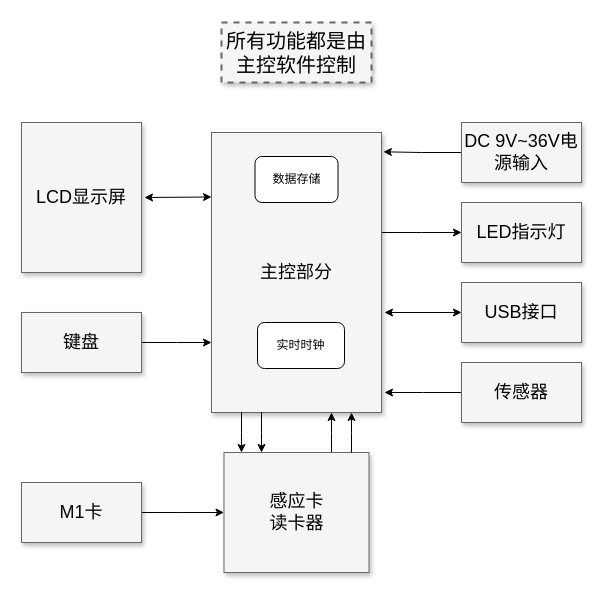
Before: page "硬件框图" (1 of 3) of electroic_meter.drawio in kupier/12306-electron, a draw.io diagram. Source tidied: cells renumbered, new cells numbered last; positions are measured from the earlier drawing's top-left corner, leaving out a move shared by most shapes. Both pictures are drawn from the tidied source at 100%, with x=0, y=0 at pixel (21, 22).
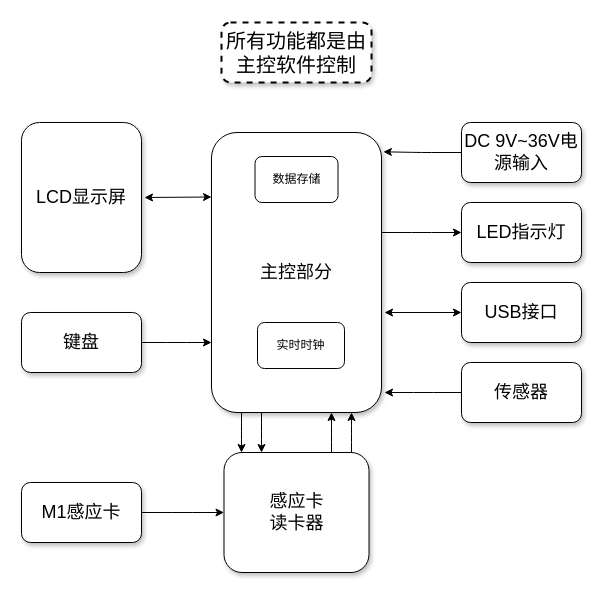
After the change.

The edit, as a diff of the source:
```diff
@@
-    <mxCell id="2" value="所有功能都是由主控软件控制" style="whiteSpace=wrap;html=1;shadow=1;fontSize=20;fillColor=#f5f5f5;strokeColor=#666666;strokeWidth=2;dashed=1;" parent="1" vertex="1">
+    <mxCell id="2" value="所有功能都是由主控软件控制" style="whiteSpace=wrap;html=1;shadow=1;fontSize=20;strokeWidth=2;dashed=1;labelBackgroundColor=none;rounded=1;" parent="1" vertex="1">
       <mxGeometry x="200" width="150" height="60" as="geometry" />
     </mxCell>
-    <mxCell id="3" style="edgeStyle=elbowEdgeStyle;rounded=0;html=1;startArrow=none;startFill=0;jettySize=auto;fontSize=18;elbow=vertical;" parent="1" edge="1" source="5" target="8">
+    <mxCell id="3" style="edgeStyle=elbowEdgeStyle;rounded=1;html=1;startArrow=none;startFill=0;jettySize=auto;fontSize=18;elbow=vertical;labelBackgroundColor=none;fontColor=default;" parent="1" edge="1" source="5" target="8">
       <mxGeometry relative="1" as="geometry" />
     </mxCell>
-    <mxCell id="4" style="edgeStyle=elbowEdgeStyle;rounded=0;html=1;startArrow=none;startFill=0;jettySize=auto;fontSize=18;" parent="1" edge="1" source="15" target="5">
+    <mxCell id="4" style="edgeStyle=elbowEdgeStyle;rounded=1;html=1;startArrow=none;startFill=0;jettySize=auto;fontSize=18;labelBackgroundColor=none;fontColor=default;" parent="1" edge="1" source="15" target="5">
       <mxGeometry relative="1" as="geometry">
         <Array as="points">
           <mxPoint x="310" y="410" />
         </Array>
       </mxGeometry>
     </mxCell>
-    <mxCell id="5" value="主控部分" style="whiteSpace=wrap;html=1;shadow=1;fontSize=18;fillColor=#f5f5f5;strokeColor=#666666;" parent="1" vertex="1">
+    <mxCell id="5" value="主控部分" style="whiteSpace=wrap;html=1;shadow=1;fontSize=18;labelBackgroundColor=none;rounded=1;" parent="1" vertex="1">
       <mxGeometry x="190" y="110" width="170" height="280" as="geometry" />
     </mxCell>
-    <mxCell id="6" style="edgeStyle=orthogonalEdgeStyle;rounded=0;jettySize=auto;html=1;exitX=0;exitY=0.5;exitDx=0;exitDy=0;entryX=1.011;entryY=0.069;entryDx=0;entryDy=0;entryPerimeter=0;" parent="1" edge="1" source="7" target="5">
+    <mxCell id="6" style="edgeStyle=orthogonalEdgeStyle;rounded=1;jettySize=auto;html=1;exitX=0;exitY=0.5;exitDx=0;exitDy=0;entryX=1.011;entryY=0.069;entryDx=0;entryDy=0;entryPerimeter=0;labelBackgroundColor=none;fontColor=default;" parent="1" edge="1" source="7" target="5">
       <mxGeometry relative="1" as="geometry" />
     </mxCell>
-    <mxCell id="7" value="DC 9V~36V电源输入" style="whiteSpace=wrap;html=1;shadow=1;fontSize=18;fillColor=#f5f5f5;strokeColor=#666666;" parent="1" vertex="1">
+    <mxCell id="7" value="DC 9V~36V电源输入" style="whiteSpace=wrap;html=1;shadow=1;fontSize=18;labelBackgroundColor=none;rounded=1;" parent="1" vertex="1">
       <mxGeometry x="440" y="100" width="120" height="60" as="geometry" />
     </mxCell>
-    <mxCell id="8" value="LED指示灯" style="whiteSpace=wrap;html=1;shadow=1;fontSize=18;fillColor=#f5f5f5;strokeColor=#666666;" parent="1" vertex="1">
+    <mxCell id="8" value="LED指示灯" style="whiteSpace=wrap;html=1;shadow=1;fontSize=18;labelBackgroundColor=none;rounded=1;" parent="1" vertex="1">
       <mxGeometry x="440" y="180" width="120" height="60" as="geometry" />
     </mxCell>
-    <mxCell id="9" value="USB接口" style="whiteSpace=wrap;html=1;shadow=1;fontSize=18;fillColor=#f5f5f5;strokeColor=#666666;" parent="1" vertex="1">
+    <mxCell id="9" value="USB接口" style="whiteSpace=wrap;html=1;shadow=1;fontSize=18;labelBackgroundColor=none;rounded=1;" parent="1" vertex="1">
       <mxGeometry x="440" y="260" width="120" height="60" as="geometry" />
     </mxCell>
-    <mxCell id="10" style="edgeStyle=orthogonalEdgeStyle;rounded=0;jettySize=auto;html=1;exitX=0;exitY=0.5;exitDx=0;exitDy=0;" parent="1" edge="1" source="11">
+    <mxCell id="10" style="edgeStyle=orthogonalEdgeStyle;rounded=1;jettySize=auto;html=1;exitX=0;exitY=0.5;exitDx=0;exitDy=0;labelBackgroundColor=none;fontColor=default;" parent="1" edge="1" source="11">
       <mxGeometry relative="1" as="geometry">
         <mxPoint x="363" y="370" as="targetPoint" />
       </mxGeometry>
     </mxCell>
-    <mxCell id="11" value="传感器" style="whiteSpace=wrap;html=1;shadow=1;fontSize=18;fillColor=#f5f5f5;strokeColor=#666666;" parent="1" vertex="1">
+    <mxCell id="11" value="传感器" style="whiteSpace=wrap;html=1;shadow=1;fontSize=18;labelBackgroundColor=none;rounded=1;" parent="1" vertex="1">
       <mxGeometry x="440" y="340" width="120" height="60" as="geometry" />
     </mxCell>
-    <mxCell id="12" value="LCD显示屏" style="whiteSpace=wrap;html=1;shadow=1;fontSize=18;fillColor=#f5f5f5;strokeColor=#666666;" parent="1" vertex="1">
+    <mxCell id="12" value="LCD显示屏" style="whiteSpace=wrap;html=1;shadow=1;fontSize=18;labelBackgroundColor=none;rounded=1;" parent="1" vertex="1">
       <mxGeometry y="100" width="120" height="150" as="geometry" />
     </mxCell>
-    <mxCell id="13" style="edgeStyle=elbowEdgeStyle;rounded=0;html=1;startArrow=none;startFill=0;jettySize=auto;fontSize=18;elbow=vertical;" parent="1" edge="1" source="14" target="5">
+    <mxCell id="13" style="edgeStyle=elbowEdgeStyle;rounded=1;html=1;startArrow=none;startFill=0;jettySize=auto;fontSize=18;elbow=vertical;labelBackgroundColor=none;fontColor=default;" parent="1" edge="1" source="14" target="5">
       <mxGeometry relative="1" as="geometry" />
     </mxCell>
-    <mxCell id="14" value="键盘" style="whiteSpace=wrap;html=1;shadow=1;fontSize=18;fillColor=#f5f5f5;strokeColor=#666666;" parent="1" vertex="1">
+    <mxCell id="14" value="键盘" style="whiteSpace=wrap;html=1;shadow=1;fontSize=18;labelBackgroundColor=none;rounded=1;" parent="1" vertex="1">
       <mxGeometry y="290" width="120" height="60" as="geometry" />
     </mxCell>
-    <mxCell id="15" value="感应卡&lt;br&gt;读卡器" style="whiteSpace=wrap;html=1;shadow=1;fontSize=18;fillColor=#f5f5f5;strokeColor=#666666;" parent="1" vertex="1">
+    <mxCell id="15" value="感应卡&lt;br&gt;读卡器" style="whiteSpace=wrap;html=1;shadow=1;fontSize=18;labelBackgroundColor=none;rounded=1;" parent="1" vertex="1">
       <mxGeometry x="202.5" y="430" width="145" height="120" as="geometry" />
     </mxCell>
-    <mxCell id="16" style="edgeStyle=elbowEdgeStyle;rounded=0;html=1;startArrow=none;startFill=0;jettySize=auto;fontSize=18;elbow=vertical;" parent="1" edge="1" source="17" target="15">
+    <mxCell id="16" style="edgeStyle=elbowEdgeStyle;rounded=1;html=1;startArrow=none;startFill=0;jettySize=auto;fontSize=18;elbow=vertical;labelBackgroundColor=none;fontColor=default;" parent="1" edge="1" source="17" target="15">
       <mxGeometry relative="1" as="geometry" />
     </mxCell>
-    <mxCell id="17" value="M1卡" style="whiteSpace=wrap;html=1;shadow=1;fontSize=18;fillColor=#f5f5f5;strokeColor=#666666;" parent="1" vertex="1">
+    <mxCell id="17" value="M1感应卡" style="whiteSpace=wrap;html=1;shadow=1;fontSize=18;labelBackgroundColor=none;rounded=1;" parent="1" vertex="1">
       <mxGeometry y="460" width="120" height="60" as="geometry" />
     </mxCell>
-    <mxCell id="18" style="edgeStyle=elbowEdgeStyle;rounded=0;html=1;startArrow=none;startFill=0;jettySize=auto;fontSize=18;" parent="1" edge="1" source="15" target="5">
+    <mxCell id="18" style="edgeStyle=elbowEdgeStyle;rounded=1;html=1;startArrow=none;startFill=0;jettySize=auto;fontSize=18;labelBackgroundColor=none;fontColor=default;" parent="1" edge="1" source="15" target="5">
       <mxGeometry relative="1" as="geometry">
         <Array as="points">
           <mxPoint x="330" y="410" />
           <mxPoint x="310" y="410" />
         </Array>
       </mxGeometry>
     </mxCell>
-    <mxCell id="19" style="edgeStyle=elbowEdgeStyle;rounded=0;html=1;startArrow=none;startFill=0;jettySize=auto;orthogonalLoop=1;fontSize=18;" parent="1" edge="1">
+    <mxCell id="19" style="edgeStyle=elbowEdgeStyle;rounded=1;html=1;startArrow=none;startFill=0;jettySize=auto;orthogonalLoop=1;fontSize=18;labelBackgroundColor=none;fontColor=default;" parent="1" edge="1">
       <mxGeometry relative="1" as="geometry">
         <mxPoint x="240" y="390" as="sourcePoint" />
         <mxPoint x="240" y="430" as="targetPoint" />
         <Array as="points">
           <mxPoint x="240" y="410" />
           <mxPoint x="270" y="420" />
         </Array>
       </mxGeometry>
     </mxCell>
-    <mxCell id="20" style="edgeStyle=elbowEdgeStyle;rounded=0;html=1;startArrow=none;startFill=0;jettySize=auto;orthogonalLoop=1;fontSize=18;" parent="1" edge="1">
+    <mxCell id="20" style="edgeStyle=elbowEdgeStyle;rounded=1;html=1;startArrow=none;startFill=0;jettySize=auto;orthogonalLoop=1;fontSize=18;labelBackgroundColor=none;fontColor=default;" parent="1" edge="1">
       <mxGeometry relative="1" as="geometry">
         <mxPoint x="220" y="390" as="sourcePoint" />
         <mxPoint x="220" y="430" as="targetPoint" />
         <Array as="points">
           <mxPoint x="220" y="410" />
           <mxPoint x="250" y="420" />
         </Array>
       </mxGeometry>
     </mxCell>
-    <mxCell id="21" value="数据存储" style="rounded=1;whiteSpace=wrap;html=1;" parent="1" vertex="1">
+    <mxCell id="21" value="数据存储" style="rounded=1;whiteSpace=wrap;html=1;labelBackgroundColor=none;" parent="1" vertex="1">
       <mxGeometry x="233.5" y="134" width="83" height="46" as="geometry" />
     </mxCell>
-    <mxCell id="22" value="实时时钟" style="rounded=1;whiteSpace=wrap;html=1;" parent="1" vertex="1">
+    <mxCell id="22" value="实时时钟" style="rounded=1;whiteSpace=wrap;html=1;labelBackgroundColor=none;" parent="1" vertex="1">
       <mxGeometry x="236" y="300" width="87" height="46" as="geometry" />
     </mxCell>
-    <mxCell id="23" style="endArrow=classic;startArrow=classic;html=1;rounded=0;entryX=0;entryY=0.5;entryDx=0;entryDy=0;" parent="1" edge="1" target="9">
+    <mxCell id="23" style="endArrow=classic;startArrow=classic;html=1;rounded=1;entryX=0;entryY=0.5;entryDx=0;entryDy=0;labelBackgroundColor=none;fontColor=default;" parent="1" edge="1" target="9">
       <mxGeometry relative="1" as="geometry">
         <mxPoint x="363" y="290" as="sourcePoint" />
       </mxGeometry>
     </mxCell>
-    <mxCell id="24" style="endArrow=classic;startArrow=classic;html=1;rounded=0;entryX=0;entryY=0.5;entryDx=0;entryDy=0;" parent="1" edge="1">
+    <mxCell id="24" style="endArrow=classic;startArrow=classic;html=1;rounded=1;entryX=0;entryY=0.5;entryDx=0;entryDy=0;labelBackgroundColor=none;fontColor=default;" parent="1" edge="1">
       <mxGeometry relative="1" as="geometry">
         <mxPoint x="123" y="175" as="sourcePoint" />
         <mxPoint x="190" y="174.5" as="targetPoint" />
       </mxGeometry>
     </mxCell>
```
